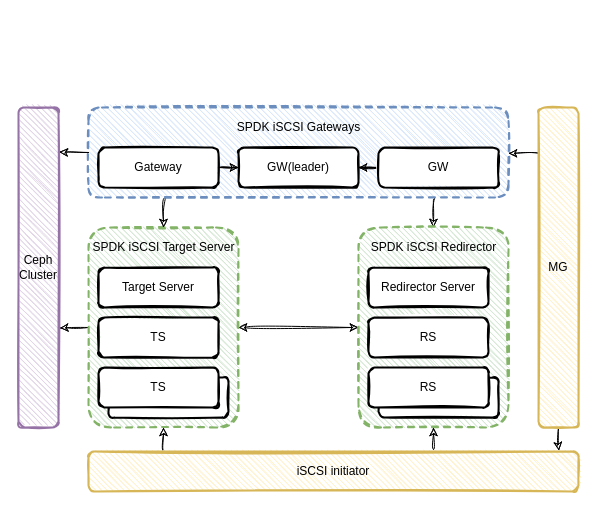
This is page "spdk iscsi gateway" (3 of 3) of spdk/spdk_iscsi.drawio from EarthWind/deeparch, a draw.io file, before an edit. Source tidied: cells renumbered, new cells numbered last; positions are measured from the earlier drawing's top-left corner, leaving out a move shared by most shapes. Both pictures are drawn from the tidied source at 100%, with x=0, y=0 at pixel (18, 107).
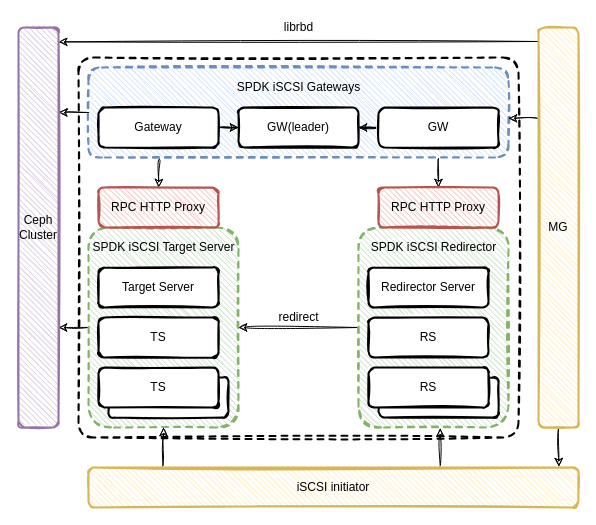
After the change.

The change refers to these unchanged cells:
```xml
<mxCell id="4" style="rounded=1;whiteSpace=wrap;html=1;strokeWidth=2;fillWeight=1;hachureGap=4;hachureAngle=45;sketch=1;shadow=0;fontSize=12;dashed=1;fillColor=#d5e8d4;strokeColor=#82b366;" parent="1" vertex="1">
  <mxGeometry x="70" y="120" width="150" height="200" as="geometry" />
</mxCell>
<mxCell id="23" style="rounded=1;whiteSpace=wrap;html=1;strokeWidth=2;fillWeight=1;hachureGap=4;hachureAngle=45;sketch=1;shadow=0;fontSize=12;dashed=1;fillColor=#d5e8d4;strokeColor=#82b366;" parent="1" vertex="1">
  <mxGeometry x="340" y="120" width="150" height="200" as="geometry" />
</mxCell>
```

The edit, as a diff of the source:
```diff
@@
+    <mxCell id="33" style="rounded=1;whiteSpace=wrap;html=1;strokeWidth=2;fillWeight=1;hachureGap=4;hachureAngle=45;sketch=1;shadow=0;fontSize=12;dashed=1;arcSize=4;" parent="1" vertex="1">
+      <mxGeometry x="60" y="-50" width="440" height="380" as="geometry" />
+    </mxCell>
-    <mxCell id="2" style="edgeStyle=orthogonalEdgeStyle;curved=1;rounded=0;sketch=1;jettySize=auto;html=1;entryX=0;entryY=0.5;entryDx=0;entryDy=0;startArrow=classic;startFill=1;" parent="1" edge="1" source="4" target="23">
+    <mxCell id="2" style="edgeStyle=orthogonalEdgeStyle;curved=1;rounded=0;sketch=1;jettySize=auto;html=1;entryX=0;entryY=0.5;entryDx=0;entryDy=0;startArrow=classic;startFill=1;endArrow=none;endFill=0;" parent="1" edge="1" source="4" target="23">
       <mxGeometry relative="1" as="geometry" />
     </mxCell>
-    <mxCell id="3" style="edgeStyle=orthogonalEdgeStyle;curved=1;rounded=0;sketch=1;jettySize=auto;html=1;entryX=1.032;entryY=0.689;entryDx=0;entryDy=0;entryPerimeter=0;startArrow=none;startFill=0;" parent="1" edge="1" source="4" target="32">
-      <mxGeometry relative="1" as="geometry" />
+    <mxCell id="3" style="edgeStyle=orthogonalEdgeStyle;curved=1;rounded=0;sketch=1;jettySize=auto;html=1;startArrow=none;startFill=0;" parent="1" edge="1" source="4">
+      <mxGeometry relative="1" as="geometry">
+        <mxPoint x="40" y="220" as="targetPoint" />
+      </mxGeometry>
     </mxCell>
+    <mxCell id="34" style="edgeStyle=orthogonalEdgeStyle;curved=1;rounded=0;sketch=1;jettySize=auto;html=1;startArrow=classic;startFill=1;entryX=0.152;entryY=-0.029;entryDx=0;entryDy=0;entryPerimeter=0;endArrow=none;endFill=0;" parent="1" edge="1" source="4" target="31">
+      <mxGeometry relative="1" as="geometry" />
+    </mxCell>
@@
-    <mxCell id="6" style="edgeStyle=orthogonalEdgeStyle;curved=1;rounded=0;sketch=1;jettySize=auto;html=1;entryX=0.5;entryY=0;entryDx=0;entryDy=0;exitX=0.183;exitY=1;exitDx=0;exitDy=0;exitPerimeter=0;" parent="1" edge="1" source="9" target="4">
+    <mxCell id="6" style="edgeStyle=orthogonalEdgeStyle;curved=1;rounded=0;sketch=1;jettySize=auto;html=1;entryX=0.5;entryY=0;entryDx=0;entryDy=0;exitX=0.169;exitY=1.017;exitDx=0;exitDy=0;exitPerimeter=0;" parent="1" edge="1" source="9" target="38">
       <mxGeometry relative="1" as="geometry" />
     </mxCell>
-    <mxCell id="7" style="edgeStyle=orthogonalEdgeStyle;curved=1;rounded=0;sketch=1;jettySize=auto;html=1;entryX=0.5;entryY=0;entryDx=0;entryDy=0;startArrow=none;startFill=0;exitX=0.824;exitY=1.011;exitDx=0;exitDy=0;exitPerimeter=0;" parent="1" edge="1" source="9" target="23">
-      <mxGeometry relative="1" as="geometry" />
+    <mxCell id="7" style="edgeStyle=orthogonalEdgeStyle;curved=1;rounded=0;sketch=1;jettySize=auto;html=1;entryX=0.5;entryY=0;entryDx=0;entryDy=0;startArrow=none;startFill=0;" parent="1" edge="1" target="39">
+      <mxGeometry relative="1" as="geometry">
+        <mxPoint x="420" y="51" as="sourcePoint" />
+        <Array as="points">
+          <mxPoint x="420" y="51" />
+        </Array>
+      </mxGeometry>
     </mxCell>
-    <mxCell id="8" style="edgeStyle=orthogonalEdgeStyle;curved=1;rounded=0;sketch=1;jettySize=auto;html=1;entryX=1.018;entryY=0.139;entryDx=0;entryDy=0;entryPerimeter=0;startArrow=none;startFill=0;" parent="1" edge="1" source="9" target="32">
+    <mxCell id="8" style="edgeStyle=orthogonalEdgeStyle;curved=1;rounded=0;sketch=1;jettySize=auto;html=1;startArrow=none;startFill=0;entryX=1.007;entryY=0.212;entryDx=0;entryDy=0;entryPerimeter=0;" parent="1" edge="1" source="9" target="32">
       <mxGeometry relative="1" as="geometry" />
     </mxCell>
     <mxCell id="9" style="rounded=1;whiteSpace=wrap;html=1;strokeWidth=2;fillWeight=1;hachureGap=4;hachureAngle=45;sketch=1;shadow=0;fontSize=12;dashed=1;fillColor=#dae8fc;strokeColor=#6c8ebf;" parent="1" vertex="1">
-      <mxGeometry x="70" width="420" height="90" as="geometry" />
+      <mxGeometry x="70" y="-40" width="420" height="90" as="geometry" />
     </mxCell>
     <mxCell id="10" value="GW(leader)" style="rounded=1;whiteSpace=wrap;html=1;strokeWidth=2;fillWeight=4;hachureGap=8;hachureAngle=45;sketch=1;shadow=0;fontSize=12;fontColor=#000000;fillColor=#FFFFFF;" parent="1" vertex="1">
-      <mxGeometry x="220" y="40" width="120" height="40" as="geometry" />
+      <mxGeometry x="220" width="120" height="40" as="geometry" />
     </mxCell>
@@
     <mxCell id="12" value="GW" style="rounded=1;whiteSpace=wrap;html=1;strokeWidth=2;fillWeight=4;hachureGap=8;hachureAngle=45;sketch=1;shadow=0;fontSize=12;fontColor=#000000;fillColor=#FFFFFF;" parent="1" vertex="1">
-      <mxGeometry x="360" y="40" width="120" height="40" as="geometry" />
+      <mxGeometry x="360" width="120" height="40" as="geometry" />
     </mxCell>
@@
     <mxCell id="14" value="Gateway" style="rounded=1;whiteSpace=wrap;html=1;strokeWidth=2;fillWeight=4;hachureGap=8;hachureAngle=45;sketch=1;shadow=0;fontSize=12;fontColor=#000000;fillColor=#FFFFFF;" parent="1" vertex="1">
-      <mxGeometry x="80" y="40" width="120" height="40" as="geometry" />
+      <mxGeometry x="80" width="120" height="40" as="geometry" />
     </mxCell>
     <mxCell id="15" value="SPDK iSCSI Gateways" style="text;html=1;align=center;verticalAlign=middle;strokeColor=none;" parent="1" vertex="1">
-      <mxGeometry x="210" y="10" width="140" height="20" as="geometry" />
+      <mxGeometry x="210" y="-30" width="140" height="20" as="geometry" />
     </mxCell>
-    <mxCell id="16" style="edgeStyle=orthogonalEdgeStyle;rounded=0;sketch=1;jettySize=auto;html=1;entryX=1;entryY=0.5;entryDx=0;entryDy=0;curved=1;exitX=0.021;exitY=0.143;exitDx=0;exitDy=0;exitPerimeter=0;" parent="1" edge="1" source="18" target="9">
-      <mxGeometry relative="1" as="geometry" />
+    <mxCell id="16" style="edgeStyle=orthogonalEdgeStyle;rounded=0;sketch=1;jettySize=auto;html=1;curved=1;exitX=-0.025;exitY=0.227;exitDx=0;exitDy=0;exitPerimeter=0;" parent="1" edge="1" source="18">
+      <mxGeometry relative="1" as="geometry">
+        <mxPoint x="490" y="11" as="targetPoint" />
+      </mxGeometry>
     </mxCell>
@@
+    <mxCell id="35" style="edgeStyle=orthogonalEdgeStyle;curved=1;rounded=0;sketch=1;jettySize=auto;html=1;entryX=1.004;entryY=0.036;entryDx=0;entryDy=0;entryPerimeter=0;startArrow=none;startFill=0;endArrow=classic;endFill=1;" parent="1" edge="1" target="32">
+      <mxGeometry relative="1" as="geometry">
+        <mxPoint x="520" y="-66" as="sourcePoint" />
+      </mxGeometry>
+    </mxCell>
     <mxCell id="18" value="MG" style="rounded=1;whiteSpace=wrap;html=1;strokeWidth=2;fillWeight=1;hachureGap=4;hachureAngle=45;sketch=1;shadow=0;fontSize=12;fillColor=#fff2cc;strokeColor=#d6b656;" parent="1" vertex="1">
-      <mxGeometry x="520" width="40" height="320" as="geometry" />
+      <mxGeometry x="520" y="-80" width="40" height="400" as="geometry" />
     </mxCell>
@@
+    <mxCell id="36" style="edgeStyle=orthogonalEdgeStyle;curved=1;rounded=0;sketch=1;jettySize=auto;html=1;startArrow=classic;startFill=1;exitX=0.545;exitY=1.004;exitDx=0;exitDy=0;exitPerimeter=0;entryX=0.718;entryY=-0.015;entryDx=0;entryDy=0;entryPerimeter=0;endArrow=none;endFill=0;" parent="1" edge="1" source="23" target="31">
+      <mxGeometry relative="1" as="geometry" />
+    </mxCell>
@@
-    <mxCell id="29" style="edgeStyle=orthogonalEdgeStyle;curved=1;rounded=0;sketch=1;jettySize=auto;html=1;entryX=0.5;entryY=1;entryDx=0;entryDy=0;startArrow=none;startFill=0;" parent="1" edge="1" target="23">
-      <mxGeometry relative="1" as="geometry">
-        <mxPoint x="415" y="342" as="sourcePoint" />
-      </mxGeometry>
-    </mxCell>
-    <mxCell id="30" style="edgeStyle=orthogonalEdgeStyle;curved=1;rounded=0;sketch=1;jettySize=auto;html=1;entryX=0.5;entryY=1;entryDx=0;entryDy=0;startArrow=none;startFill=0;" parent="1" edge="1" target="4">
-      <mxGeometry relative="1" as="geometry">
-        <mxPoint x="145" y="343" as="sourcePoint" />
-        <Array as="points">
-          <mxPoint x="145" y="343" />
-        </Array>
-      </mxGeometry>
-    </mxCell>
     <mxCell id="31" value="iSCSI initiator" style="rounded=1;whiteSpace=wrap;html=1;strokeWidth=2;fillWeight=1;hachureGap=4;hachureAngle=45;sketch=1;shadow=0;fontSize=12;fillColor=#fff2cc;strokeColor=#d6b656;" parent="1" vertex="1">
-      <mxGeometry x="70" y="344" width="490" height="40" as="geometry" />
+      <mxGeometry x="70" y="360" width="490" height="40" as="geometry" />
     </mxCell>
     <mxCell id="32" value="Ceph&lt;br&gt;Cluster" style="rounded=1;whiteSpace=wrap;html=1;strokeWidth=2;fillWeight=1;hachureGap=4;hachureAngle=45;sketch=1;shadow=0;fontSize=12;fillColor=#e1d5e7;strokeColor=#9673a6;" parent="1" vertex="1">
-      <mxGeometry width="40" height="320" as="geometry" />
+      <mxGeometry y="-80" width="40" height="400" as="geometry" />
     </mxCell>
+    <mxCell id="37" value="redirect" style="text;html=1;align=center;verticalAlign=middle;strokeColor=none;" parent="1" vertex="1">
+      <mxGeometry x="250" y="200" width="60" height="20" as="geometry" />
+    </mxCell>
+    <mxCell id="38" value="RPC HTTP Proxy" style="rounded=1;whiteSpace=wrap;html=1;strokeWidth=2;fillWeight=1;hachureGap=4;hachureAngle=45;sketch=1;shadow=0;fontSize=12;fillColor=#f8cecc;strokeColor=#b85450;" parent="1" vertex="1">
+      <mxGeometry x="80" y="80" width="120" height="40" as="geometry" />
+    </mxCell>
+    <mxCell id="39" value="RPC HTTP Proxy" style="rounded=1;whiteSpace=wrap;html=1;strokeWidth=2;fillWeight=1;hachureGap=4;hachureAngle=45;sketch=1;shadow=0;fontSize=12;fillColor=#f8cecc;strokeColor=#b85450;" parent="1" vertex="1">
+      <mxGeometry x="360" y="80" width="120" height="40" as="geometry" />
+    </mxCell>
+    <mxCell id="40" value="librbd" style="text;html=1;align=center;verticalAlign=middle;strokeColor=none;" parent="1" vertex="1">
+      <mxGeometry x="260" y="-90" width="40" height="20" as="geometry" />
+    </mxCell>
```
